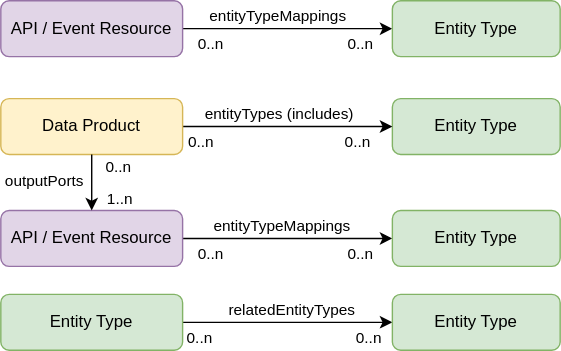
The draw.io diagram specification/pr-226/img/entity-type-relations.drawio.svg in open-resource-discovery/pr-preview, before a commit. Source tidied: cells renumbered, new cells last; positions are measured from the earlier drawing's top-left corner, leaving out a move shared by most shapes.
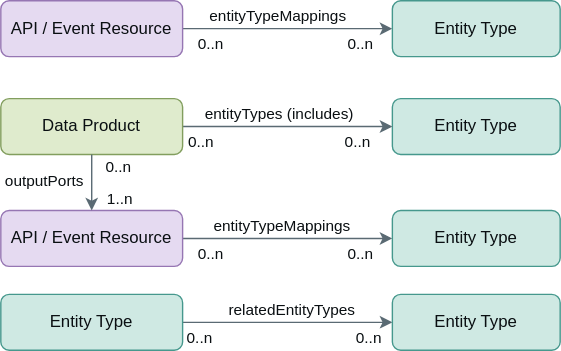
After the commit.

Diff of the diagram source:
```diff
@@ -2,122 +2,122 @@
   <root>
     <mxCell id="0" />
     <mxCell id="1" parent="0" />
-    <mxCell id="2" value="Entity Type" style="rounded=1;whiteSpace=wrap;html=1;fillColor=#d5e8d4;strokeColor=#82b366;" parent="1" vertex="1">
+    <mxCell id="2" value="Entity Type" style="rounded=1;whiteSpace=wrap;html=1;fillColor=#cfe9e3;strokeColor=#46988d;fontColor=#0a0f12;" parent="1" vertex="1">
       <mxGeometry x="280" y="70" width="120" height="40" as="geometry" />
     </mxCell>
-    <mxCell id="3" style="edgeStyle=orthogonalEdgeStyle;rounded=0;jettySize=auto;html=1;" parent="1" edge="1" source="7" target="2">
+    <mxCell id="3" style="edgeStyle=orthogonalEdgeStyle;rounded=0;jettySize=auto;html=1;fontColor=#0a0f12;strokeColor=#5a6a73;" parent="1" edge="1" source="7" target="2">
       <mxGeometry relative="1" as="geometry" />
     </mxCell>
-    <mxCell id="4" value="entityTypes (includes)" style="edgeLabel;html=1;align=center;verticalAlign=middle;" parent="3" vertex="1">
+    <mxCell id="4" value="entityTypes (includes)" style="edgeLabel;html=1;align=center;verticalAlign=middle;fontColor=#0a0f12;" parent="3" vertex="1">
       <mxGeometry x="-0.42" relative="1" as="geometry">
         <mxPoint x="25" y="-10" as="offset" />
       </mxGeometry>
     </mxCell>
-    <mxCell id="5" value="0..n" style="edgeLabel;html=1;align=center;verticalAlign=middle;" parent="3" vertex="1">
+    <mxCell id="5" value="0..n" style="edgeLabel;html=1;align=center;verticalAlign=middle;fontColor=#0a0f12;" parent="3" vertex="1">
       <mxGeometry x="-0.84" relative="1" as="geometry">
         <mxPoint y="10" as="offset" />
       </mxGeometry>
     </mxCell>
-    <mxCell id="6" value="0..n" style="edgeLabel;html=1;align=center;verticalAlign=middle;" parent="3" vertex="1">
+    <mxCell id="6" value="0..n" style="edgeLabel;html=1;align=center;verticalAlign=middle;fontColor=#0a0f12;" parent="3" vertex="1">
       <mxGeometry x="0.65" y="-1" relative="1" as="geometry">
         <mxPoint y="9" as="offset" />
       </mxGeometry>
     </mxCell>
-    <mxCell id="7" value="Data Product" style="rounded=1;whiteSpace=wrap;html=1;fillColor=#fff2cc;strokeColor=#d6b656;" parent="1" vertex="1">
+    <mxCell id="7" value="Data Product" style="rounded=1;whiteSpace=wrap;html=1;fillColor=#dfebcd;strokeColor=#829e5e;fontColor=#0a0f12;" parent="1" vertex="1">
       <mxGeometry y="70" width="130" height="40" as="geometry" />
     </mxCell>
-    <mxCell id="8" style="edgeStyle=orthogonalEdgeStyle;rounded=0;jettySize=auto;html=1;" parent="1" edge="1" source="12" target="17">
+    <mxCell id="8" style="edgeStyle=orthogonalEdgeStyle;rounded=0;jettySize=auto;html=1;fontColor=#0a0f12;strokeColor=#5a6a73;" parent="1" edge="1" source="12" target="17">
       <mxGeometry relative="1" as="geometry" />
     </mxCell>
-    <mxCell id="9" value="0..n" style="edgeLabel;html=1;align=center;verticalAlign=middle;" parent="8" vertex="1">
+    <mxCell id="9" value="0..n" style="edgeLabel;html=1;align=center;verticalAlign=middle;fontColor=#0a0f12;" parent="8" vertex="1">
       <mxGeometry x="0.63" relative="1" as="geometry">
         <mxPoint x="4" y="10" as="offset" />
       </mxGeometry>
     </mxCell>
-    <mxCell id="10" value="0..n" style="edgeLabel;html=1;align=center;verticalAlign=middle;" parent="8" vertex="1">
+    <mxCell id="10" value="0..n" style="edgeLabel;html=1;align=center;verticalAlign=middle;fontColor=#0a0f12;" parent="8" vertex="1">
       <mxGeometry x="-0.74" relative="1" as="geometry">
         <mxPoint y="10" as="offset" />
       </mxGeometry>
     </mxCell>
-    <mxCell id="11" value="entityTypeMappings" style="edgeLabel;html=1;align=center;verticalAlign=middle;" parent="8" vertex="1">
+    <mxCell id="11" value="entityTypeMappings" style="edgeLabel;html=1;align=center;verticalAlign=middle;fontColor=#0a0f12;" parent="8" vertex="1">
       <mxGeometry x="-0.29" relative="1" as="geometry">
         <mxPoint x="16" y="-10" as="offset" />
       </mxGeometry>
     </mxCell>
-    <mxCell id="12" value="API / Event Resource" style="rounded=1;whiteSpace=wrap;html=1;fillColor=#e1d5e7;strokeColor=#9673a6;" parent="1" vertex="1">
+    <mxCell id="12" value="API / Event Resource" style="rounded=1;whiteSpace=wrap;html=1;fillColor=#e5daf1;strokeColor=#9676b3;fontColor=#0a0f12;" parent="1" vertex="1">
       <mxGeometry y="150" width="130" height="40" as="geometry" />
     </mxCell>
-    <mxCell id="13" style="edgeStyle=orthogonalEdgeStyle;rounded=0;jettySize=auto;html=1;exitX=0.5;exitY=1;exitDx=0;exitDy=0;" parent="1" edge="1" source="7" target="12">
+    <mxCell id="13" style="edgeStyle=orthogonalEdgeStyle;rounded=0;jettySize=auto;html=1;exitX=0.5;exitY=1;exitDx=0;exitDy=0;fontColor=#0a0f12;strokeColor=#5a6a73;" parent="1" edge="1" source="7" target="12">
       <mxGeometry relative="1" as="geometry">
         <Array as="points">
           <mxPoint x="60" y="160" />
         </Array>
       </mxGeometry>
     </mxCell>
-    <mxCell id="14" value="outputPorts" style="edgeLabel;html=1;align=center;verticalAlign=middle;" parent="13" vertex="1">
+    <mxCell id="14" value="outputPorts" style="edgeLabel;html=1;align=center;verticalAlign=middle;fontColor=#0a0f12;" parent="13" vertex="1">
       <mxGeometry x="-0.42" relative="1" as="geometry">
         <mxPoint x="-35" y="6" as="offset" />
       </mxGeometry>
     </mxCell>
-    <mxCell id="15" value="0..n" style="edgeLabel;html=1;align=center;verticalAlign=middle;" parent="13" vertex="1">
+    <mxCell id="15" value="0..n" style="edgeLabel;html=1;align=center;verticalAlign=middle;fontColor=#0a0f12;" parent="13" vertex="1">
       <mxGeometry x="-0.84" relative="1" as="geometry">
         <mxPoint x="18" y="5" as="offset" />
       </mxGeometry>
     </mxCell>
-    <mxCell id="16" value="1..n" style="edgeLabel;html=1;align=center;verticalAlign=middle;" parent="13" vertex="1">
+    <mxCell id="16" value="1..n" style="edgeLabel;html=1;align=center;verticalAlign=middle;fontColor=#0a0f12;" parent="13" vertex="1">
       <mxGeometry x="0.65" y="-1" relative="1" as="geometry">
         <mxPoint x="20" y="-2" as="offset" />
       </mxGeometry>
     </mxCell>
-    <mxCell id="17" value="Entity Type" style="rounded=1;whiteSpace=wrap;html=1;fillColor=#d5e8d4;strokeColor=#82b366;" parent="1" vertex="1">
+    <mxCell id="17" value="Entity Type" style="rounded=1;whiteSpace=wrap;html=1;fillColor=#cfe9e3;strokeColor=#46988d;fontColor=#0a0f12;" parent="1" vertex="1">
       <mxGeometry x="280" y="150" width="120" height="40" as="geometry" />
     </mxCell>
-    <mxCell id="18" style="edgeStyle=orthogonalEdgeStyle;rounded=0;jettySize=auto;html=1;" parent="1" edge="1" source="22" target="23">
+    <mxCell id="18" style="edgeStyle=orthogonalEdgeStyle;rounded=0;jettySize=auto;html=1;fontColor=#0a0f12;strokeColor=#5a6a73;" parent="1" edge="1" source="22" target="23">
       <mxGeometry relative="1" as="geometry" />
     </mxCell>
-    <mxCell id="19" value="relatedEntityTypes" style="edgeLabel;html=1;align=center;verticalAlign=middle;" parent="18" vertex="1">
+    <mxCell id="19" value="relatedEntityTypes" style="edgeLabel;html=1;align=center;verticalAlign=middle;fontColor=#0a0f12;" parent="18" vertex="1">
       <mxGeometry x="-0.47" y="1" relative="1" as="geometry">
         <mxPoint x="38" y="-9" as="offset" />
       </mxGeometry>
     </mxCell>
-    <mxCell id="20" value="0..n" style="edgeLabel;html=1;align=center;verticalAlign=middle;" parent="18" vertex="1">
+    <mxCell id="20" value="0..n" style="edgeLabel;html=1;align=center;verticalAlign=middle;fontColor=#0a0f12;" parent="18" vertex="1">
       <mxGeometry x="-0.86" y="2" relative="1" as="geometry">
         <mxPoint y="12" as="offset" />
       </mxGeometry>
     </mxCell>
-    <mxCell id="21" value="0..n" style="edgeLabel;html=1;align=center;verticalAlign=middle;" parent="18" vertex="1">
+    <mxCell id="21" value="0..n" style="edgeLabel;html=1;align=center;verticalAlign=middle;fontColor=#0a0f12;" parent="18" vertex="1">
       <mxGeometry x="0.62" y="1" relative="1" as="geometry">
         <mxPoint x="11" y="11" as="offset" />
       </mxGeometry>
     </mxCell>
-    <mxCell id="22" value="Entity Type" style="rounded=1;whiteSpace=wrap;html=1;fillColor=#d5e8d4;strokeColor=#82b366;" parent="1" vertex="1">
+    <mxCell id="22" value="Entity Type" style="rounded=1;whiteSpace=wrap;html=1;fillColor=#cfe9e3;strokeColor=#46988d;fontColor=#0a0f12;" parent="1" vertex="1">
       <mxGeometry y="210" width="130" height="40" as="geometry" />
     </mxCell>
-    <mxCell id="23" value="Entity Type" style="rounded=1;whiteSpace=wrap;html=1;fillColor=#d5e8d4;strokeColor=#82b366;" parent="1" vertex="1">
+    <mxCell id="23" value="Entity Type" style="rounded=1;whiteSpace=wrap;html=1;fillColor=#cfe9e3;strokeColor=#46988d;fontColor=#0a0f12;" parent="1" vertex="1">
       <mxGeometry x="280" y="210" width="120" height="40" as="geometry" />
     </mxCell>
-    <mxCell id="24" style="edgeStyle=orthogonalEdgeStyle;rounded=0;jettySize=auto;html=1;" parent="1" edge="1" source="28" target="29">
+    <mxCell id="24" style="edgeStyle=orthogonalEdgeStyle;rounded=0;jettySize=auto;html=1;fontColor=#0a0f12;strokeColor=#5a6a73;" parent="1" edge="1" source="28" target="29">
       <mxGeometry relative="1" as="geometry" />
     </mxCell>
-    <mxCell id="25" value="entityTypeMappings" style="edgeLabel;html=1;align=center;verticalAlign=middle;" parent="24" vertex="1">
+    <mxCell id="25" value="entityTypeMappings" style="edgeLabel;html=1;align=center;verticalAlign=middle;fontColor=#0a0f12;" parent="24" vertex="1">
       <mxGeometry x="-0.35" y="1" relative="1" as="geometry">
         <mxPoint x="18" y="-9" as="offset" />
       </mxGeometry>
     </mxCell>
-    <mxCell id="26" value="0..n" style="edgeLabel;html=1;align=center;verticalAlign=middle;" parent="24" vertex="1">
+    <mxCell id="26" value="0..n" style="edgeLabel;html=1;align=center;verticalAlign=middle;fontColor=#0a0f12;" parent="24" vertex="1">
       <mxGeometry x="0.63" relative="1" as="geometry">
         <mxPoint x="4" y="10" as="offset" />
       </mxGeometry>
     </mxCell>
-    <mxCell id="27" value="0..n" style="edgeLabel;html=1;align=center;verticalAlign=middle;" parent="24" vertex="1">
+    <mxCell id="27" value="0..n" style="edgeLabel;html=1;align=center;verticalAlign=middle;fontColor=#0a0f12;" parent="24" vertex="1">
       <mxGeometry x="-0.74" relative="1" as="geometry">
         <mxPoint y="10" as="offset" />
       </mxGeometry>
     </mxCell>
-    <mxCell id="28" value="API / Event Resource" style="rounded=1;whiteSpace=wrap;html=1;fillColor=#e1d5e7;strokeColor=#9673a6;" parent="1" vertex="1">
+    <mxCell id="28" value="API / Event Resource" style="rounded=1;whiteSpace=wrap;html=1;fillColor=#e5daf1;strokeColor=#9676b3;fontColor=#0a0f12;" parent="1" vertex="1">
       <mxGeometry width="130" height="40" as="geometry" />
     </mxCell>
-    <mxCell id="29" value="Entity Type" style="rounded=1;whiteSpace=wrap;html=1;fillColor=#d5e8d4;strokeColor=#82b366;" parent="1" vertex="1">
+    <mxCell id="29" value="Entity Type" style="rounded=1;whiteSpace=wrap;html=1;fillColor=#cfe9e3;strokeColor=#46988d;fontColor=#0a0f12;" parent="1" vertex="1">
       <mxGeometry x="280" width="120" height="40" as="geometry" />
     </mxCell>
   </root>
```
